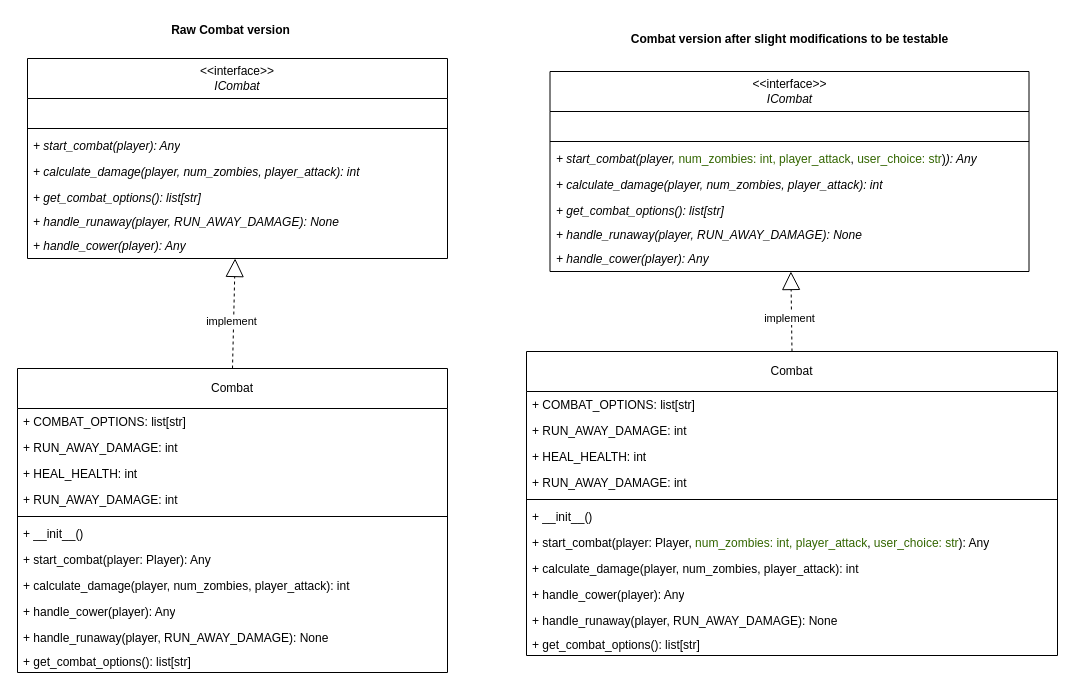
Above: page "combat_before" (1 of 2) of src/model/before_pattern.drawio in arsenie-sarmiento/ZombieInMyPocket (draw.io), before the change. Source tidied: cells renumbered, new cells numbered last; positions are measured from the earlier drawing's top-left corner, leaving out a move shared by most shapes. Both pictures are drawn from the tidied source at 100%, with x=0, y=0 at pixel (17, 17).
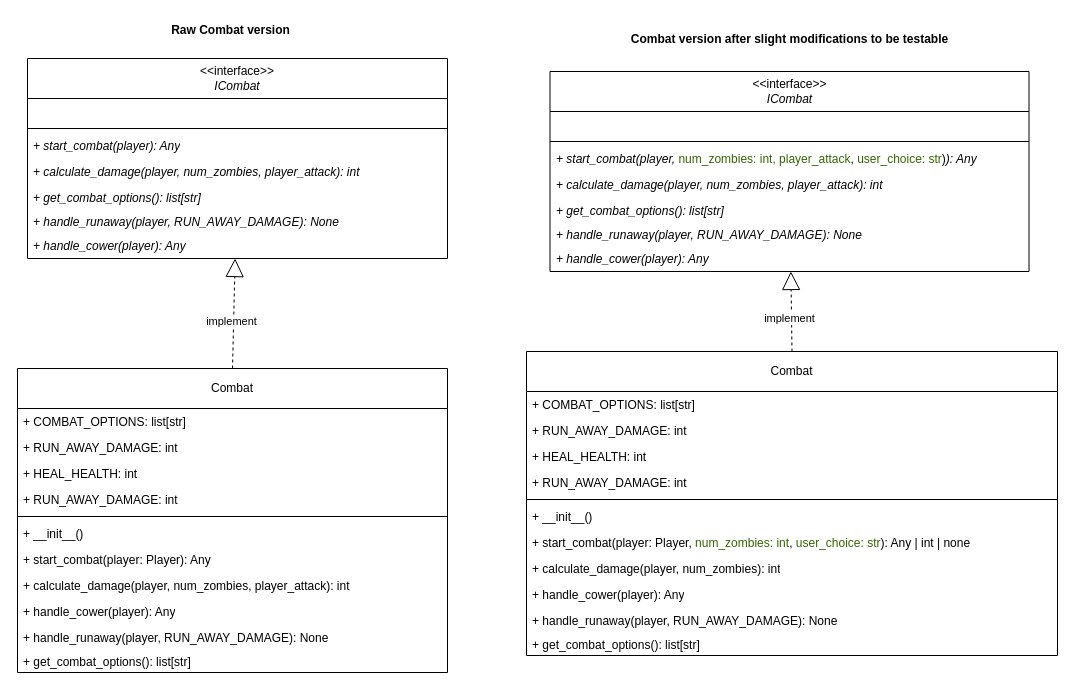
After the change.

Commit message (it also covers changes not shown here):
updated to be ready for refactoring: combat

Unchanged cells that the change refers to:
```xml
<mxCell id="26" value="Combat" style="swimlane;fontStyle=0;horizontal=1;startSize=40;fillColor=none;whiteSpace=wrap;html=1;" parent="1" vertex="1">
  <mxGeometry x="509" y="334" width="531" height="304" as="geometry" />
</mxCell>
```

What changed in the source:
```diff
@@
-    <mxCell id="33" value="+&amp;nbsp;start_combat(player: Player, &lt;font style=&quot;color: rgb(51, 102, 0);&quot;&gt;num_zombies: int, player_attack&lt;/font&gt;,&amp;nbsp;&lt;font style=&quot;color: rgb(51, 102, 0);&quot;&gt;user_choice: str&lt;/font&gt;): Any" style="text;strokeColor=none;fillColor=none;align=left;verticalAlign=top;spacingLeft=4;spacingRight=4;overflow=hidden;whiteSpace=wrap;html=1;fontStyle=0;" parent="26" vertex="1">
+    <mxCell id="33" value="+&amp;nbsp;start_combat(player: Player, &lt;font style=&quot;color: rgb(51, 102, 0);&quot;&gt;num_zombies: int&lt;/font&gt;,&amp;nbsp;&lt;font style=&quot;color: rgb(51, 102, 0);&quot;&gt;user_choice: str&lt;/font&gt;): Any | int | none" style="text;strokeColor=none;fillColor=none;align=left;verticalAlign=top;spacingLeft=4;spacingRight=4;overflow=hidden;whiteSpace=wrap;html=1;fontStyle=0;" parent="26" vertex="1">
       <mxGeometry y="178" width="531" height="26" as="geometry" />
     </mxCell>
-    <mxCell id="34" value="+&amp;nbsp;calculate_damage(player, num_zombies, player_attack): int" style="text;strokeColor=none;fillColor=none;align=left;verticalAlign=top;spacingLeft=4;spacingRight=4;overflow=hidden;whiteSpace=wrap;html=1;fontStyle=0;" parent="26" vertex="1">
+    <mxCell id="34" value="+&amp;nbsp;calculate_damage(player, num_zombies): int" style="text;strokeColor=none;fillColor=none;align=left;verticalAlign=top;spacingLeft=4;spacingRight=4;overflow=hidden;whiteSpace=wrap;html=1;fontStyle=0;" parent="26" vertex="1">
       <mxGeometry y="204" width="531" height="26" as="geometry" />
     </mxCell>
```
